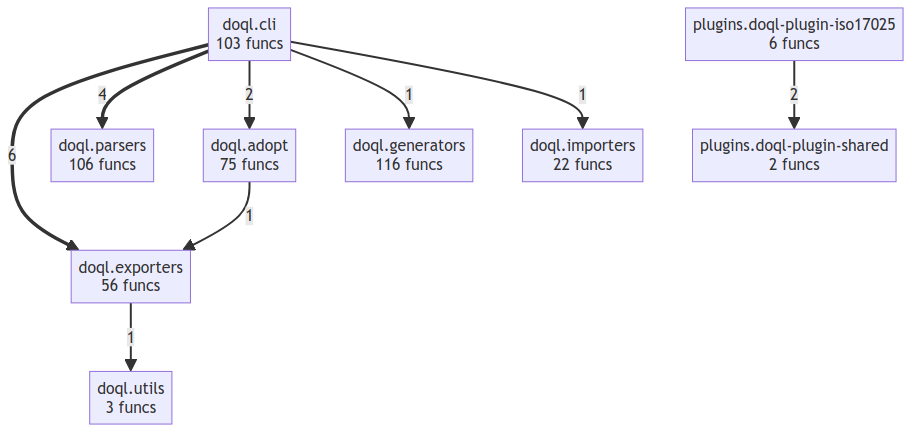
Before: project/compact_flow.png, a diagram exported from Mermaid (oqlos/doql). Its source is kept beside it as project/compact_flow.mmd.
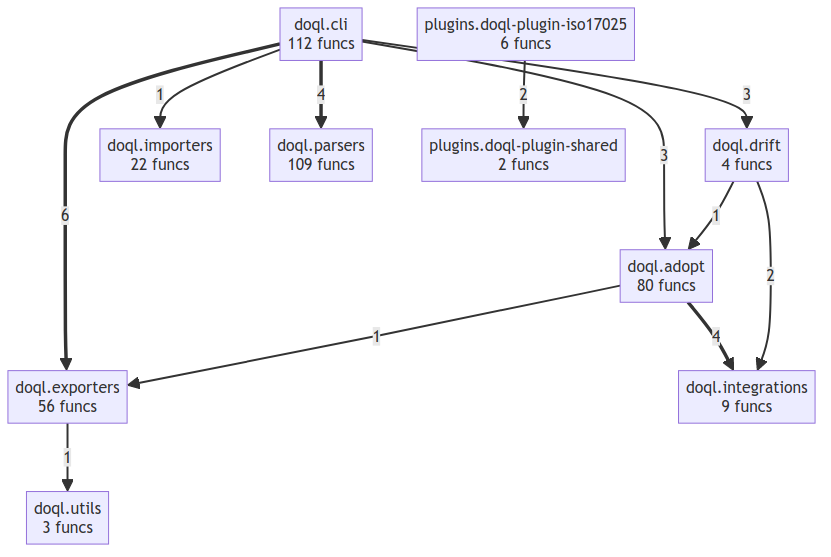
Above is the later version.

Change to the diagram source:
```diff
@@ -1,18 +1,22 @@
 flowchart TD
-    doql__adopt["doql.adopt<br/>75 funcs"]
-    doql__cli["doql.cli<br/>103 funcs"]
+    doql__adopt["doql.adopt<br/>80 funcs"]
+    doql__cli["doql.cli<br/>112 funcs"]
+    doql__drift["doql.drift<br/>4 funcs"]
     doql__exporters["doql.exporters<br/>56 funcs"]
-    doql__generators["doql.generators<br/>116 funcs"]
     doql__importers["doql.importers<br/>22 funcs"]
-    doql__parsers["doql.parsers<br/>106 funcs"]
+    doql__integrations["doql.integrations<br/>9 funcs"]
+    doql__parsers["doql.parsers<br/>109 funcs"]
     doql__utils["doql.utils<br/>3 funcs"]
     plugins__doql_plugin_iso17025["plugins.doql-plugin-iso17025<br/>6 funcs"]
     plugins__doql_plugin_shared["plugins.doql-plugin-shared<br/>2 funcs"]
     doql__cli ==>|6| doql__exporters
     doql__cli ==>|4| doql__parsers
+    doql__adopt ==>|4| doql__integrations
+    doql__cli -->|3| doql__adopt
+    doql__cli -->|3| doql__drift
+    doql__drift -->|2| doql__integrations
     plugins__doql_plugin_iso17025 -->|2| plugins__doql_plugin_shared
-    doql__cli -->|2| doql__adopt
-    doql__cli -->|1| doql__generators
+    doql__drift -->|1| doql__adopt
     doql__cli -->|1| doql__importers
     doql__exporters -->|1| doql__utils
     doql__adopt -->|1| doql__exporters
```
